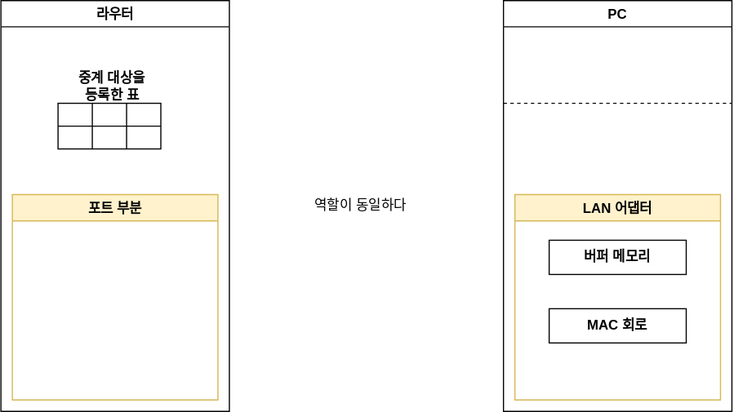
This is 13/yongki/assets/router-vs-pc.drawio.svg from cs-study-org/cs-study, a draw.io export, as it was before one commit. Source tidied: cells renumbered, new cells last; positions are measured from the earlier drawing's top-left corner, leaving out a move shared by most shapes. Source of this version:
```xml
<mxGraphModel>
  <root>
    <mxCell id="0" />
    <mxCell id="1" parent="0" />
    <mxCell id="2" value="라우터" style="swimlane;" parent="1" vertex="1">
      <mxGeometry width="200" height="360" as="geometry" />
    </mxCell>
    <mxCell id="3" style="shape=table;startSize=0;fillColor=none;" parent="2" vertex="1">
      <mxGeometry x="50" y="90" width="90" height="40" as="geometry" />
    </mxCell>
    <mxCell id="4" style="shape=partialRectangle;fillColor=none;top=0;left=0;bottom=0;right=0;" parent="3" vertex="1">
      <mxGeometry width="90" height="20" as="geometry" />
    </mxCell>
    <mxCell id="5" style="shape=partialRectangle;html=1;whiteSpace=wrap;overflow=hidden;fillColor=none;top=0;left=0;bottom=0;right=0;" parent="4" vertex="1">
      <mxGeometry width="30" height="20" as="geometry" />
    </mxCell>
    <mxCell id="6" style="shape=partialRectangle;html=1;whiteSpace=wrap;overflow=hidden;fillColor=none;top=0;left=0;bottom=0;right=0;" parent="4" vertex="1">
      <mxGeometry x="30" width="30" height="20" as="geometry" />
    </mxCell>
    <mxCell id="7" style="shape=partialRectangle;html=1;whiteSpace=wrap;overflow=hidden;fillColor=none;top=0;left=0;bottom=0;right=0;" parent="4" vertex="1">
      <mxGeometry x="60" width="30" height="20" as="geometry" />
    </mxCell>
    <mxCell id="8" style="shape=partialRectangle;fillColor=none;top=0;left=0;bottom=0;right=0;" parent="3" vertex="1">
      <mxGeometry y="20" width="90" height="20" as="geometry" />
    </mxCell>
    <mxCell id="9" style="shape=partialRectangle;html=1;whiteSpace=wrap;overflow=hidden;fillColor=none;top=0;left=0;bottom=0;right=0;" parent="8" vertex="1">
      <mxGeometry width="30" height="20" as="geometry" />
    </mxCell>
    <mxCell id="10" style="shape=partialRectangle;html=1;whiteSpace=wrap;overflow=hidden;fillColor=none;top=0;left=0;bottom=0;right=0;" parent="8" vertex="1">
      <mxGeometry x="30" width="30" height="20" as="geometry" />
    </mxCell>
    <mxCell id="11" style="shape=partialRectangle;html=1;whiteSpace=wrap;overflow=hidden;fillColor=none;top=0;left=0;bottom=0;right=0;" parent="8" vertex="1">
      <mxGeometry x="60" width="30" height="20" as="geometry" />
    </mxCell>
    <mxCell id="12" value="&lt;b&gt;중계 대상을 &lt;br&gt;등록한 표&lt;/b&gt;" style="text;html=1;strokeColor=none;fillColor=none;align=center;verticalAlign=middle;whiteSpace=wrap;rounded=0;" parent="2" vertex="1">
      <mxGeometry x="55" y="60" width="85" height="30" as="geometry" />
    </mxCell>
    <mxCell id="13" value="포트 부분" style="swimlane;startSize=23;fillColor=#fff2cc;strokeColor=#d6b656;" parent="2" vertex="1">
      <mxGeometry x="10" y="170" width="180" height="180" as="geometry" />
    </mxCell>
    <mxCell id="14" value="PC" style="swimlane;" parent="1" vertex="1">
      <mxGeometry x="440" width="200" height="360" as="geometry" />
    </mxCell>
    <mxCell id="15" value="LAN 어댑터" style="swimlane;startSize=23;fillColor=#fff2cc;strokeColor=#d6b656;" parent="14" vertex="1">
      <mxGeometry x="10" y="170" width="180" height="180" as="geometry" />
    </mxCell>
    <mxCell id="16" value="&lt;b&gt;버퍼 메모리&lt;/b&gt;" style="rounded=0;whiteSpace=wrap;html=1;fillColor=none;" parent="15" vertex="1">
      <mxGeometry x="30" y="40" width="120" height="30" as="geometry" />
    </mxCell>
    <mxCell id="17" value="&lt;b&gt;MAC 회로&lt;/b&gt;" style="rounded=0;whiteSpace=wrap;html=1;fillColor=none;" parent="15" vertex="1">
      <mxGeometry x="30" y="100" width="120" height="30" as="geometry" />
    </mxCell>
    <mxCell id="18" value="역할이 동일하다" style="text;html=1;strokeColor=none;fillColor=none;align=center;verticalAlign=middle;whiteSpace=wrap;rounded=0;" parent="1" vertex="1">
      <mxGeometry x="260" y="170" width="110" height="20" as="geometry" />
    </mxCell>
    <mxCell id="19" style="edgeStyle=none;html=1;exitX=0;exitY=0.25;exitDx=0;exitDy=0;entryX=1;entryY=0.25;entryDx=0;entryDy=0;dashed=1;endArrow=none;endFill=0;" parent="1" edge="1" source="14" target="14">
      <mxGeometry relative="1" as="geometry" />
    </mxCell>
  </root>
</mxGraphModel>
```
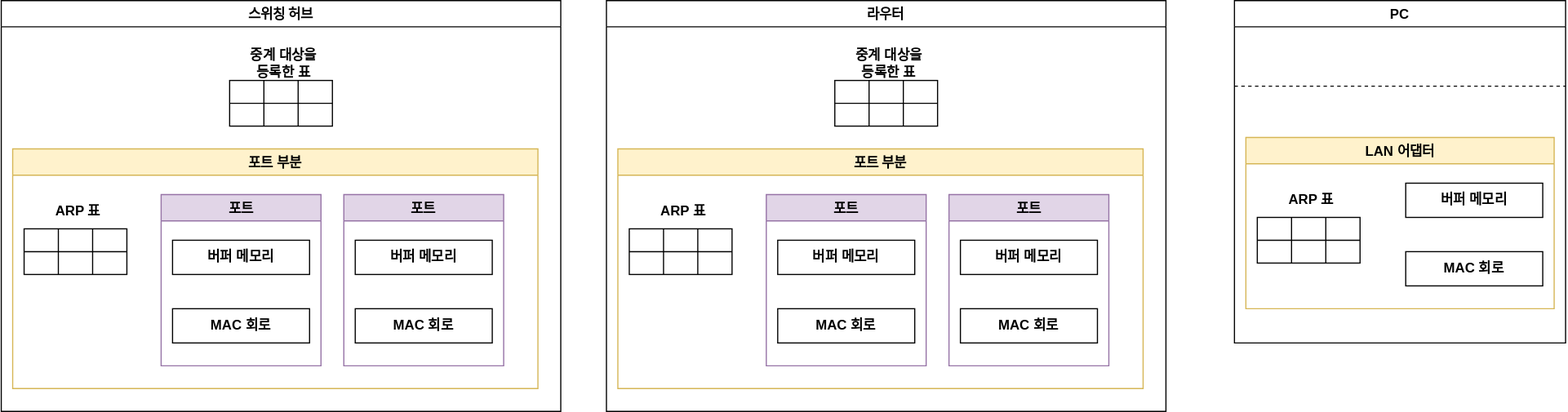
Later version of the same file.

Commit message:
:white_check_mark: Finish router part

Need swithing hub explain more

Diff of the diagram source:
```diff
@@ -3,10 +3,10 @@
     <mxCell id="0" />
     <mxCell id="1" parent="0" />
     <mxCell id="2" value="라우터" style="swimlane;" parent="1" vertex="1">
-      <mxGeometry width="200" height="360" as="geometry" />
+      <mxGeometry x="-140" y="30" width="490" height="360" as="geometry" />
     </mxCell>
     <mxCell id="3" style="shape=table;startSize=0;fillColor=none;" parent="2" vertex="1">
-      <mxGeometry x="50" y="90" width="90" height="40" as="geometry" />
+      <mxGeometry x="200" y="70" width="90" height="40" as="geometry" />
     </mxCell>
     <mxCell id="4" style="shape=partialRectangle;fillColor=none;top=0;left=0;bottom=0;right=0;" parent="3" vertex="1">
       <mxGeometry width="90" height="20" as="geometry" />
@@ -33,28 +33,187 @@
       <mxGeometry x="60" width="30" height="20" as="geometry" />
     </mxCell>
     <mxCell id="12" value="&lt;b&gt;중계 대상을 &lt;br&gt;등록한 표&lt;/b&gt;" style="text;html=1;strokeColor=none;fillColor=none;align=center;verticalAlign=middle;whiteSpace=wrap;rounded=0;" parent="2" vertex="1">
-      <mxGeometry x="55" y="60" width="85" height="30" as="geometry" />
+      <mxGeometry x="205" y="40" width="85" height="30" as="geometry" />
     </mxCell>
     <mxCell id="13" value="포트 부분" style="swimlane;startSize=23;fillColor=#fff2cc;strokeColor=#d6b656;" parent="2" vertex="1">
-      <mxGeometry x="10" y="170" width="180" height="180" as="geometry" />
+      <mxGeometry x="10" y="130" width="460" height="210" as="geometry" />
     </mxCell>
+    <mxCell id="20" style="shape=table;startSize=0;fillColor=none;" parent="13" vertex="1">
+      <mxGeometry x="10" y="70" width="90" height="40" as="geometry" />
+    </mxCell>
+    <mxCell id="21" style="shape=partialRectangle;fillColor=none;top=0;left=0;bottom=0;right=0;" parent="20" vertex="1">
+      <mxGeometry width="90" height="20" as="geometry" />
+    </mxCell>
+    <mxCell id="22" style="shape=partialRectangle;html=1;whiteSpace=wrap;overflow=hidden;fillColor=none;top=0;left=0;bottom=0;right=0;" parent="21" vertex="1">
+      <mxGeometry width="30" height="20" as="geometry" />
+    </mxCell>
+    <mxCell id="23" style="shape=partialRectangle;html=1;whiteSpace=wrap;overflow=hidden;fillColor=none;top=0;left=0;bottom=0;right=0;" parent="21" vertex="1">
+      <mxGeometry x="30" width="30" height="20" as="geometry" />
+    </mxCell>
+    <mxCell id="24" style="shape=partialRectangle;html=1;whiteSpace=wrap;overflow=hidden;fillColor=none;top=0;left=0;bottom=0;right=0;" parent="21" vertex="1">
+      <mxGeometry x="60" width="30" height="20" as="geometry" />
+    </mxCell>
+    <mxCell id="25" style="shape=partialRectangle;fillColor=none;top=0;left=0;bottom=0;right=0;" parent="20" vertex="1">
+      <mxGeometry y="20" width="90" height="20" as="geometry" />
+    </mxCell>
+    <mxCell id="26" style="shape=partialRectangle;html=1;whiteSpace=wrap;overflow=hidden;fillColor=none;top=0;left=0;bottom=0;right=0;" parent="25" vertex="1">
+      <mxGeometry width="30" height="20" as="geometry" />
+    </mxCell>
+    <mxCell id="27" style="shape=partialRectangle;html=1;whiteSpace=wrap;overflow=hidden;fillColor=none;top=0;left=0;bottom=0;right=0;" parent="25" vertex="1">
+      <mxGeometry x="30" width="30" height="20" as="geometry" />
+    </mxCell>
+    <mxCell id="28" style="shape=partialRectangle;html=1;whiteSpace=wrap;overflow=hidden;fillColor=none;top=0;left=0;bottom=0;right=0;" parent="25" vertex="1">
+      <mxGeometry x="60" width="30" height="20" as="geometry" />
+    </mxCell>
+    <mxCell id="29" value="&lt;b&gt;ARP 표&lt;/b&gt;" style="text;html=1;strokeColor=none;fillColor=none;align=center;verticalAlign=middle;whiteSpace=wrap;rounded=0;" parent="13" vertex="1">
+      <mxGeometry x="15" y="40" width="85" height="30" as="geometry" />
+    </mxCell>
+    <mxCell id="30" value="포트" style="swimlane;fillColor=#e1d5e7;strokeColor=#9673a6;" parent="13" vertex="1">
+      <mxGeometry x="130" y="40" width="140" height="150" as="geometry" />
+    </mxCell>
+    <mxCell id="31" value="&lt;b&gt;버퍼 메모리&lt;/b&gt;" style="rounded=0;whiteSpace=wrap;html=1;fillColor=none;" parent="30" vertex="1">
+      <mxGeometry x="10" y="40" width="120" height="30" as="geometry" />
+    </mxCell>
+    <mxCell id="32" value="&lt;b&gt;MAC 회로&lt;/b&gt;" style="rounded=0;whiteSpace=wrap;html=1;fillColor=none;" parent="30" vertex="1">
+      <mxGeometry x="10" y="100" width="120" height="30" as="geometry" />
+    </mxCell>
+    <mxCell id="33" value="포트" style="swimlane;fillColor=#e1d5e7;strokeColor=#9673a6;" parent="13" vertex="1">
+      <mxGeometry x="290" y="40" width="140" height="150" as="geometry" />
+    </mxCell>
+    <mxCell id="34" value="&lt;b&gt;버퍼 메모리&lt;/b&gt;" style="rounded=0;whiteSpace=wrap;html=1;fillColor=none;" parent="33" vertex="1">
+      <mxGeometry x="10" y="40" width="120" height="30" as="geometry" />
+    </mxCell>
+    <mxCell id="35" value="&lt;b&gt;MAC 회로&lt;/b&gt;" style="rounded=0;whiteSpace=wrap;html=1;fillColor=none;" parent="33" vertex="1">
+      <mxGeometry x="10" y="100" width="120" height="30" as="geometry" />
+    </mxCell>
     <mxCell id="14" value="PC" style="swimlane;" parent="1" vertex="1">
-      <mxGeometry x="440" width="200" height="360" as="geometry" />
+      <mxGeometry x="410" y="30" width="290" height="300" as="geometry" />
     </mxCell>
     <mxCell id="15" value="LAN 어댑터" style="swimlane;startSize=23;fillColor=#fff2cc;strokeColor=#d6b656;" parent="14" vertex="1">
-      <mxGeometry x="10" y="170" width="180" height="180" as="geometry" />
+      <mxGeometry x="10" y="120" width="270" height="150" as="geometry" />
     </mxCell>
-    <mxCell id="16" value="&lt;b&gt;버퍼 메모리&lt;/b&gt;" style="rounded=0;whiteSpace=wrap;html=1;fillColor=none;" parent="15" vertex="1">
-      <mxGeometry x="30" y="40" width="120" height="30" as="geometry" />
-    </mxCell>
-    <mxCell id="17" value="&lt;b&gt;MAC 회로&lt;/b&gt;" style="rounded=0;whiteSpace=wrap;html=1;fillColor=none;" parent="15" vertex="1">
-      <mxGeometry x="30" y="100" width="120" height="30" as="geometry" />
-    </mxCell>
-    <mxCell id="18" value="역할이 동일하다" style="text;html=1;strokeColor=none;fillColor=none;align=center;verticalAlign=middle;whiteSpace=wrap;rounded=0;" parent="1" vertex="1">
-      <mxGeometry x="260" y="170" width="110" height="20" as="geometry" />
-    </mxCell>
+    <mxCell id="36" value="&lt;b&gt;버퍼 메모리&lt;/b&gt;" style="rounded=0;whiteSpace=wrap;html=1;fillColor=none;" parent="15" vertex="1">
+      <mxGeometry x="140" y="40" width="120" height="30" as="geometry" />
+    </mxCell>
+    <mxCell id="37" value="&lt;b&gt;MAC 회로&lt;/b&gt;" style="rounded=0;whiteSpace=wrap;html=1;fillColor=none;" parent="15" vertex="1">
+      <mxGeometry x="140" y="100" width="120" height="30" as="geometry" />
+    </mxCell>
+    <mxCell id="38" style="shape=table;startSize=0;fillColor=none;" parent="15" vertex="1">
+      <mxGeometry x="10" y="70" width="90" height="40" as="geometry" />
+    </mxCell>
+    <mxCell id="39" style="shape=partialRectangle;fillColor=none;top=0;left=0;bottom=0;right=0;" parent="38" vertex="1">
+      <mxGeometry width="90" height="20" as="geometry" />
+    </mxCell>
+    <mxCell id="40" style="shape=partialRectangle;html=1;whiteSpace=wrap;overflow=hidden;fillColor=none;top=0;left=0;bottom=0;right=0;" parent="39" vertex="1">
+      <mxGeometry width="30" height="20" as="geometry" />
+    </mxCell>
+    <mxCell id="41" style="shape=partialRectangle;html=1;whiteSpace=wrap;overflow=hidden;fillColor=none;top=0;left=0;bottom=0;right=0;" parent="39" vertex="1">
+      <mxGeometry x="30" width="30" height="20" as="geometry" />
+    </mxCell>
+    <mxCell id="42" style="shape=partialRectangle;html=1;whiteSpace=wrap;overflow=hidden;fillColor=none;top=0;left=0;bottom=0;right=0;" parent="39" vertex="1">
+      <mxGeometry x="60" width="30" height="20" as="geometry" />
+    </mxCell>
+    <mxCell id="43" style="shape=partialRectangle;fillColor=none;top=0;left=0;bottom=0;right=0;" parent="38" vertex="1">
+      <mxGeometry y="20" width="90" height="20" as="geometry" />
+    </mxCell>
+    <mxCell id="44" style="shape=partialRectangle;html=1;whiteSpace=wrap;overflow=hidden;fillColor=none;top=0;left=0;bottom=0;right=0;" parent="43" vertex="1">
+      <mxGeometry width="30" height="20" as="geometry" />
+    </mxCell>
+    <mxCell id="45" style="shape=partialRectangle;html=1;whiteSpace=wrap;overflow=hidden;fillColor=none;top=0;left=0;bottom=0;right=0;" parent="43" vertex="1">
+      <mxGeometry x="30" width="30" height="20" as="geometry" />
+    </mxCell>
+    <mxCell id="46" style="shape=partialRectangle;html=1;whiteSpace=wrap;overflow=hidden;fillColor=none;top=0;left=0;bottom=0;right=0;" parent="43" vertex="1">
+      <mxGeometry x="60" width="30" height="20" as="geometry" />
+    </mxCell>
+    <mxCell id="47" value="&lt;b&gt;ARP 표&lt;/b&gt;" style="text;html=1;strokeColor=none;fillColor=none;align=center;verticalAlign=middle;whiteSpace=wrap;rounded=0;" parent="15" vertex="1">
+      <mxGeometry x="15" y="40" width="85" height="30" as="geometry" />
+    </mxCell>
     <mxCell id="19" style="edgeStyle=none;html=1;exitX=0;exitY=0.25;exitDx=0;exitDy=0;entryX=1;entryY=0.25;entryDx=0;entryDy=0;dashed=1;endArrow=none;endFill=0;" parent="1" edge="1" source="14" target="14">
       <mxGeometry relative="1" as="geometry" />
     </mxCell>
+    <mxCell id="48" value="스위칭 허브" style="swimlane;startSize=23;" parent="1" vertex="1">
+      <mxGeometry x="-670" y="30" width="490" height="360" as="geometry" />
+    </mxCell>
+    <mxCell id="49" style="shape=table;startSize=0;fillColor=none;" parent="48" vertex="1">
+      <mxGeometry x="200" y="70" width="90" height="40" as="geometry" />
+    </mxCell>
+    <mxCell id="50" style="shape=partialRectangle;fillColor=none;top=0;left=0;bottom=0;right=0;" parent="49" vertex="1">
+      <mxGeometry width="90" height="20" as="geometry" />
+    </mxCell>
+    <mxCell id="51" style="shape=partialRectangle;html=1;whiteSpace=wrap;overflow=hidden;fillColor=none;top=0;left=0;bottom=0;right=0;" parent="50" vertex="1">
+      <mxGeometry width="30" height="20" as="geometry" />
+    </mxCell>
+    <mxCell id="52" style="shape=partialRectangle;html=1;whiteSpace=wrap;overflow=hidden;fillColor=none;top=0;left=0;bottom=0;right=0;" parent="50" vertex="1">
+      <mxGeometry x="30" width="30" height="20" as="geometry" />
+    </mxCell>
+    <mxCell id="53" style="shape=partialRectangle;html=1;whiteSpace=wrap;overflow=hidden;fillColor=none;top=0;left=0;bottom=0;right=0;" parent="50" vertex="1">
+      <mxGeometry x="60" width="30" height="20" as="geometry" />
+    </mxCell>
+    <mxCell id="54" style="shape=partialRectangle;fillColor=none;top=0;left=0;bottom=0;right=0;" parent="49" vertex="1">
+      <mxGeometry y="20" width="90" height="20" as="geometry" />
+    </mxCell>
+    <mxCell id="55" style="shape=partialRectangle;html=1;whiteSpace=wrap;overflow=hidden;fillColor=none;top=0;left=0;bottom=0;right=0;" parent="54" vertex="1">
+      <mxGeometry width="30" height="20" as="geometry" />
+    </mxCell>
+    <mxCell id="56" style="shape=partialRectangle;html=1;whiteSpace=wrap;overflow=hidden;fillColor=none;top=0;left=0;bottom=0;right=0;" parent="54" vertex="1">
+      <mxGeometry x="30" width="30" height="20" as="geometry" />
+    </mxCell>
+    <mxCell id="57" style="shape=partialRectangle;html=1;whiteSpace=wrap;overflow=hidden;fillColor=none;top=0;left=0;bottom=0;right=0;" parent="54" vertex="1">
+      <mxGeometry x="60" width="30" height="20" as="geometry" />
+    </mxCell>
+    <mxCell id="58" value="&lt;b&gt;중계 대상을 &lt;br&gt;등록한 표&lt;/b&gt;" style="text;html=1;strokeColor=none;fillColor=none;align=center;verticalAlign=middle;whiteSpace=wrap;rounded=0;" parent="48" vertex="1">
+      <mxGeometry x="205" y="40" width="85" height="30" as="geometry" />
+    </mxCell>
+    <mxCell id="59" value="포트 부분" style="swimlane;startSize=23;fillColor=#fff2cc;strokeColor=#d6b656;" parent="48" vertex="1">
+      <mxGeometry x="10" y="130" width="460" height="210" as="geometry" />
+    </mxCell>
+    <mxCell id="60" style="shape=table;startSize=0;fillColor=none;" parent="59" vertex="1">
+      <mxGeometry x="10" y="70" width="90" height="40" as="geometry" />
+    </mxCell>
+    <mxCell id="61" style="shape=partialRectangle;fillColor=none;top=0;left=0;bottom=0;right=0;" parent="60" vertex="1">
+      <mxGeometry width="90" height="20" as="geometry" />
+    </mxCell>
+    <mxCell id="62" style="shape=partialRectangle;html=1;whiteSpace=wrap;overflow=hidden;fillColor=none;top=0;left=0;bottom=0;right=0;" parent="61" vertex="1">
+      <mxGeometry width="30" height="20" as="geometry" />
+    </mxCell>
+    <mxCell id="63" style="shape=partialRectangle;html=1;whiteSpace=wrap;overflow=hidden;fillColor=none;top=0;left=0;bottom=0;right=0;" parent="61" vertex="1">
+      <mxGeometry x="30" width="30" height="20" as="geometry" />
+    </mxCell>
+    <mxCell id="64" style="shape=partialRectangle;html=1;whiteSpace=wrap;overflow=hidden;fillColor=none;top=0;left=0;bottom=0;right=0;" parent="61" vertex="1">
+      <mxGeometry x="60" width="30" height="20" as="geometry" />
+    </mxCell>
+    <mxCell id="65" style="shape=partialRectangle;fillColor=none;top=0;left=0;bottom=0;right=0;" parent="60" vertex="1">
+      <mxGeometry y="20" width="90" height="20" as="geometry" />
+    </mxCell>
+    <mxCell id="66" style="shape=partialRectangle;html=1;whiteSpace=wrap;overflow=hidden;fillColor=none;top=0;left=0;bottom=0;right=0;" parent="65" vertex="1">
+      <mxGeometry width="30" height="20" as="geometry" />
+    </mxCell>
+    <mxCell id="67" style="shape=partialRectangle;html=1;whiteSpace=wrap;overflow=hidden;fillColor=none;top=0;left=0;bottom=0;right=0;" parent="65" vertex="1">
+      <mxGeometry x="30" width="30" height="20" as="geometry" />
+    </mxCell>
+    <mxCell id="68" style="shape=partialRectangle;html=1;whiteSpace=wrap;overflow=hidden;fillColor=none;top=0;left=0;bottom=0;right=0;" parent="65" vertex="1">
+      <mxGeometry x="60" width="30" height="20" as="geometry" />
+    </mxCell>
+    <mxCell id="69" value="&lt;b&gt;ARP 표&lt;/b&gt;" style="text;html=1;strokeColor=none;fillColor=none;align=center;verticalAlign=middle;whiteSpace=wrap;rounded=0;" parent="59" vertex="1">
+      <mxGeometry x="15" y="40" width="85" height="30" as="geometry" />
+    </mxCell>
+    <mxCell id="70" value="포트" style="swimlane;fillColor=#e1d5e7;strokeColor=#9673a6;" parent="59" vertex="1">
+      <mxGeometry x="130" y="40" width="140" height="150" as="geometry" />
+    </mxCell>
+    <mxCell id="71" value="&lt;b&gt;버퍼 메모리&lt;/b&gt;" style="rounded=0;whiteSpace=wrap;html=1;fillColor=none;" parent="70" vertex="1">
+      <mxGeometry x="10" y="40" width="120" height="30" as="geometry" />
+    </mxCell>
+    <mxCell id="72" value="&lt;b&gt;MAC 회로&lt;/b&gt;" style="rounded=0;whiteSpace=wrap;html=1;fillColor=none;" parent="70" vertex="1">
+      <mxGeometry x="10" y="100" width="120" height="30" as="geometry" />
+    </mxCell>
+    <mxCell id="73" value="포트" style="swimlane;fillColor=#e1d5e7;strokeColor=#9673a6;" parent="59" vertex="1">
+      <mxGeometry x="290" y="40" width="140" height="150" as="geometry" />
+    </mxCell>
+    <mxCell id="74" value="&lt;b&gt;버퍼 메모리&lt;/b&gt;" style="rounded=0;whiteSpace=wrap;html=1;fillColor=none;" parent="73" vertex="1">
+      <mxGeometry x="10" y="40" width="120" height="30" as="geometry" />
+    </mxCell>
+    <mxCell id="75" value="&lt;b&gt;MAC 회로&lt;/b&gt;" style="rounded=0;whiteSpace=wrap;html=1;fillColor=none;" parent="73" vertex="1">
+      <mxGeometry x="10" y="100" width="120" height="30" as="geometry" />
+    </mxCell>
   </root>
 </mxGraphModel>
```
